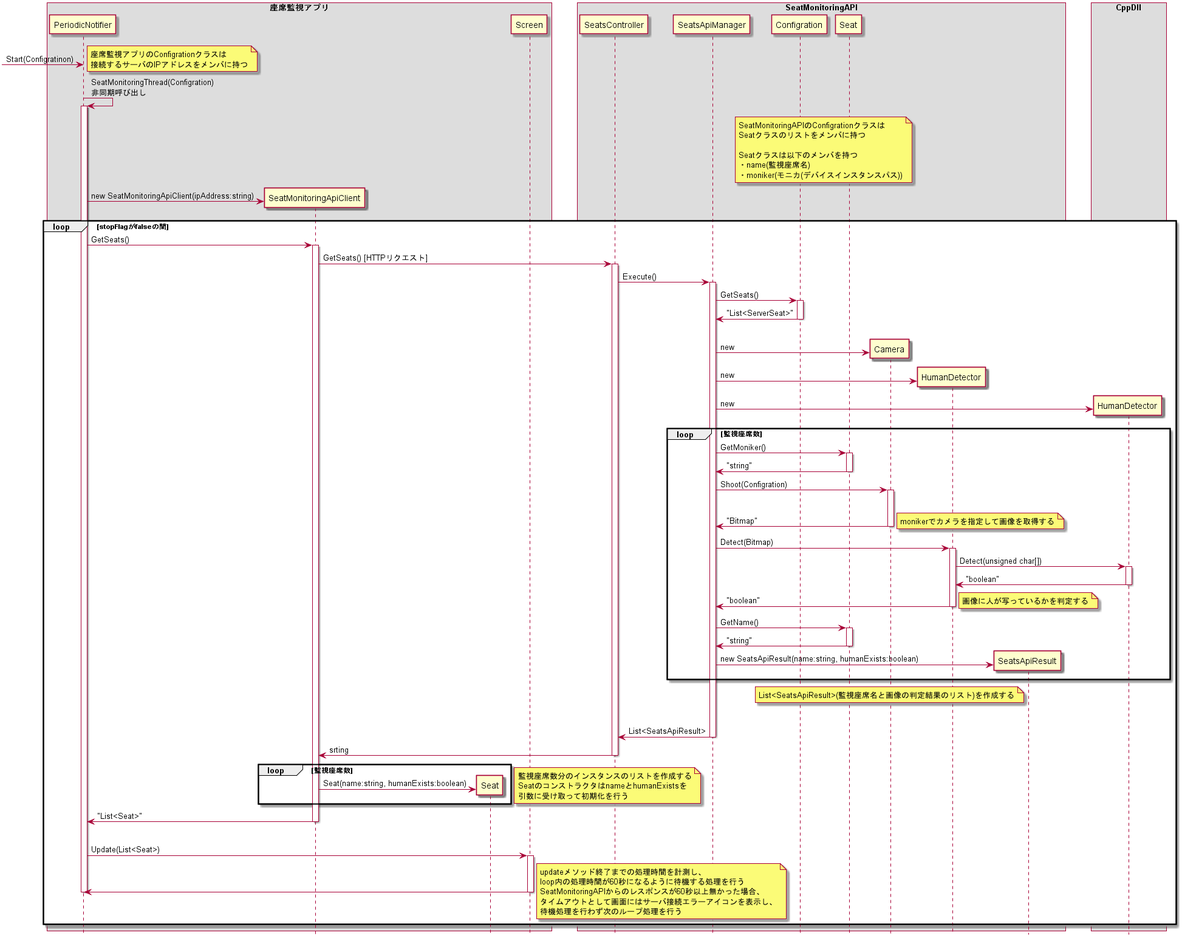
Before: doc/詳細設計/詳細設計書/構成図/座席状態確認シーケンス図2.png, a diagram exported from PlantUML (KeisukeSugita/Seat-monitoring-system).
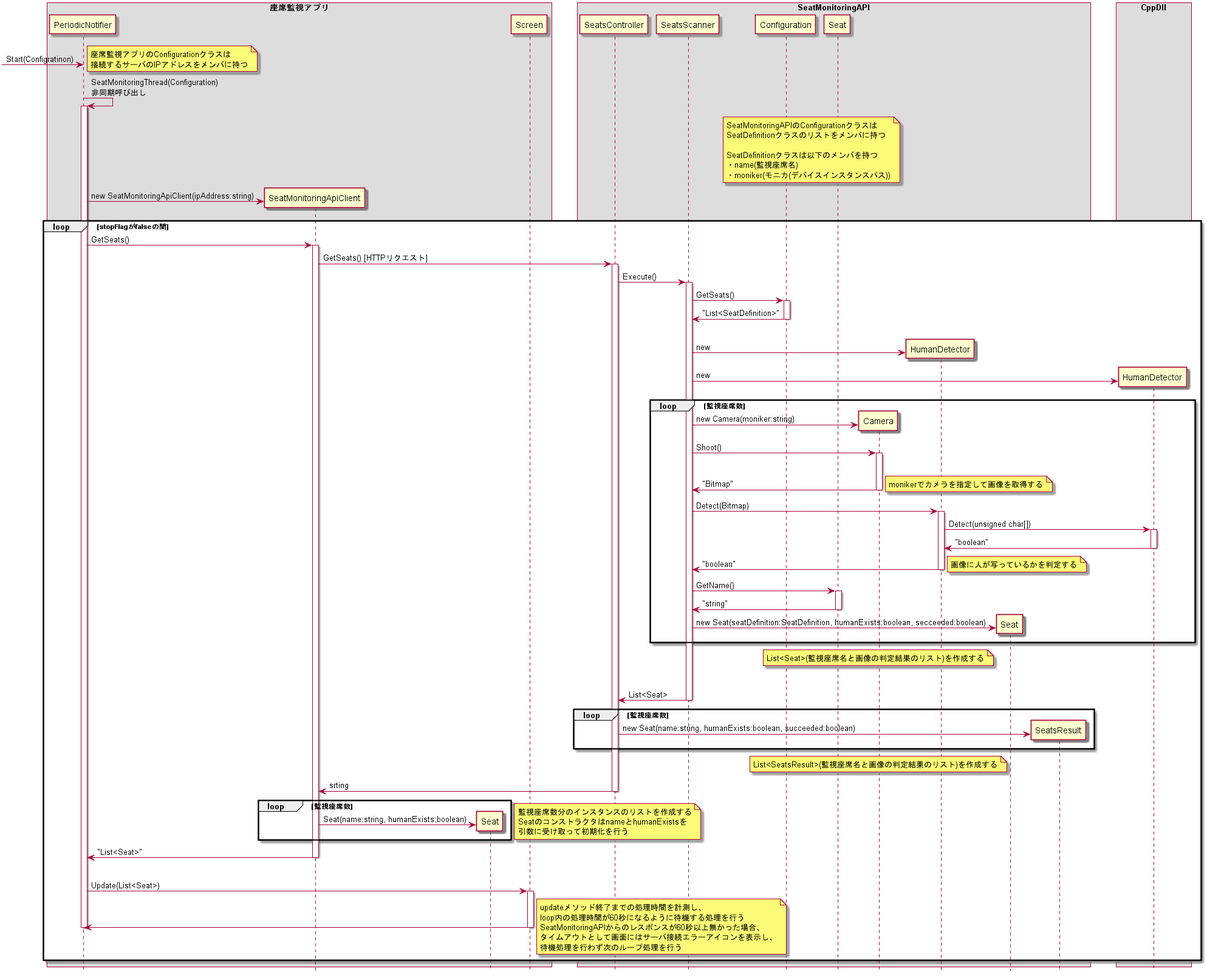
After the change.

The edit, as a diff of the source:
```diff
@@ -11,12 +11,13 @@
 
 box "SeatMonitoringAPI"
 	participant SeatsController
-	participant SeatsApiManager
-	participant Configration
+	participant SeatsScanner
+	participant Configuration
 	participant "Seat" as ServerSeat
 	participant Camera
 	participant "HumanDetector" as CsHumanDetector
-	participant SeatsApiResult
+	participant Seat
+	participant SeatsResult
 end box
 
 box "CppDll"
@@ -25,18 +26,18 @@
 
 -> PeriodicNotifier :Start(Configratinon)
 note right
-	座席監視アプリのConfigrationクラスは
+	座席監視アプリのConfigurationクラスは
 	接続するサーバのIPアドレスをメンバに持つ
 end note
 
-PeriodicNotifier -> PeriodicNotifier : SeatMonitoringThread(Configration)\n非同期呼び出し
+PeriodicNotifier -> PeriodicNotifier : SeatMonitoringThread(Configuration)\n非同期呼び出し
 activate PeriodicNotifier
 
-note over Configration, ServerSeat
-	SeatMonitoringAPIのConfigrationクラスは
-	Seatクラスのリストをメンバに持つ
+note over Configuration, ServerSeat
+	SeatMonitoringAPIのConfigurationクラスは
+	SeatDefinitionクラスのリストをメンバに持つ
 
-	Seatクラスは以下のメンバを持つ
+	SeatDefinitionクラスは以下のメンバを持つ
 	・name(監視座席名)
 	・moniker(モニカ(デバイスインスタンスパス))
 end note
@@ -51,67 +52,71 @@
 	SeatMonitoringApiClient -> SeatsController : GetSeats() [HTTPリクエスト]
 	activate SeatsController
 
-	SeatsController -> SeatsApiManager :Execute()
-	activate SeatsApiManager
+	SeatsController -> SeatsScanner :Execute()
+	activate SeatsScanner
 
-	SeatsApiManager -> Configration :GetSeats()
-	activate Configration
-	SeatsApiManager <- Configration :"List<ServerSeat>"
-	deactivate Configration
+	SeatsScanner -> Configuration :GetSeats()
+	activate Configuration
+	SeatsScanner <- Configuration :"List<SeatDefinition>"
+	deactivate Configuration
 
 	|||
-	create Camera
-	SeatsApiManager -> Camera : new
 
 	create CsHumanDetector
-	SeatsApiManager -> CsHumanDetector :new
+	SeatsScanner -> CsHumanDetector :new
 
 	create CppHumanDetector
-	SeatsApiManager -> CppHumanDetector :new
+	SeatsScanner -> CppHumanDetector :new
 
 
 	loop 監視座席数
-		SeatsApiManager -> ServerSeat :GetMoniker()
-		activate ServerSeat
-		SeatsApiManager <- ServerSeat :"string"
-		deactivate ServerSeat
-		SeatsApiManager -> Camera : Shoot(Configration)
+		create Camera
+		SeatsScanner -> Camera : new Camera(moniker:string)
+		SeatsScanner -> Camera : Shoot()
 		activate Camera
 		|||
-		SeatsApiManager <- 	Camera :"Bitmap"
+		SeatsScanner <- 	Camera :"Bitmap"
 		deactivate Camera
 		note right
 			monikerでカメラを指定して画像を取得する
 		end note
 
-		SeatsApiManager -> CsHumanDetector :Detect(Bitmap)
+		SeatsScanner -> CsHumanDetector :Detect(Bitmap)
 		activate CsHumanDetector
 		CsHumanDetector -> CppHumanDetector : Detect(unsigned char[])
 		activate CppHumanDetector
 		CsHumanDetector <- CppHumanDetector : "boolean"
 		deactivate CppHumanDetector
-		SeatsApiManager <- CsHumanDetector :"boolean"
+		SeatsScanner <- CsHumanDetector :"boolean"
 		deactivate CsHumanDetector
 		note right
 			画像に人が写っているかを判定する
 		end note
 
-		SeatsApiManager -> ServerSeat :GetName()
+		SeatsScanner -> ServerSeat :GetName()
 		activate ServerSeat
-		SeatsApiManager <- ServerSeat :"string"
+		SeatsScanner <- ServerSeat :"string"
 		deactivate ServerSeat
 
-		create SeatsApiResult
-		SeatsApiManager -> SeatsApiResult :new SeatsApiResult(name:string, humanExists:boolean)
+		create Seat
+		SeatsScanner -> Seat :new Seat(seatDefinition:SeatDefinition, humanExists:boolean, secceeded:boolean)
 
 	end
 	note over Camera
-		List<SeatsApiResult>(監視座席名と画像の判定結果のリスト)を作成する
+		List<Seat>(監視座席名と画像の判定結果のリスト)を作成する
 	end note
 	|||
 
-	SeatsController <- SeatsApiManager : List<SeatsApiResult>
-	deactivate SeatsApiManager
+	SeatsController <- SeatsScanner : List<Seat>
+	deactivate SeatsScanner
+
+	loop 監視座席数
+		create SeatsResult
+		SeatsController -> SeatsResult :new Seat(name:string, humanExists:boolean, succeeded:boolean)
+	end
+	note over Camera
+		List<SeatsResult>(監視座席名と画像の判定結果のリスト)を作成する
+	end note
 
 	SeatMonitoringApiClient <- SeatsController :srting
 	deactivate SeatsController
```
